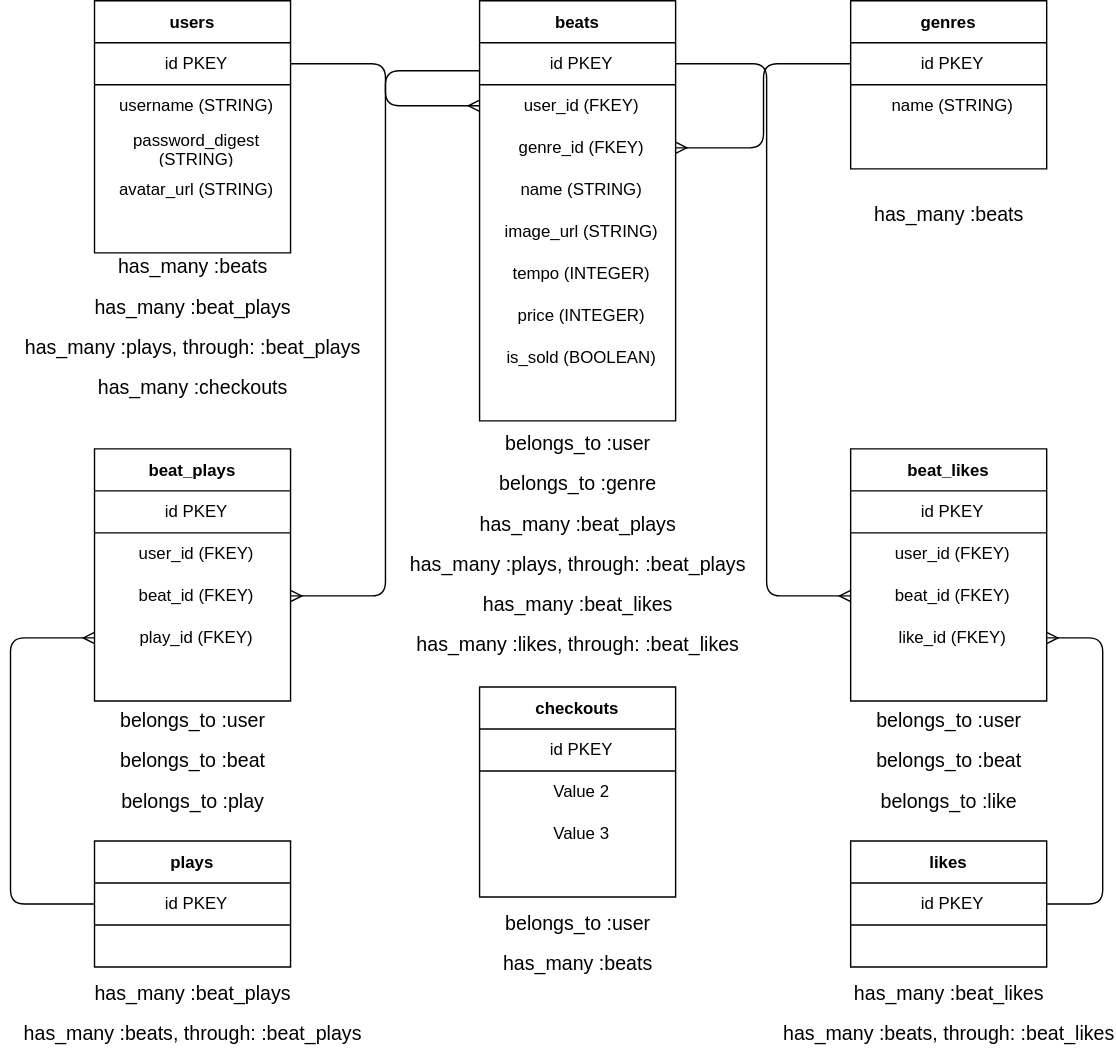
The draw.io diagram thewav.drawio.svg in Jblengino510/the-wav, before a commit. Source tidied: cells renumbered, new cells last; positions are measured from the earlier drawing's top-left corner, leaving out a move shared by most shapes.
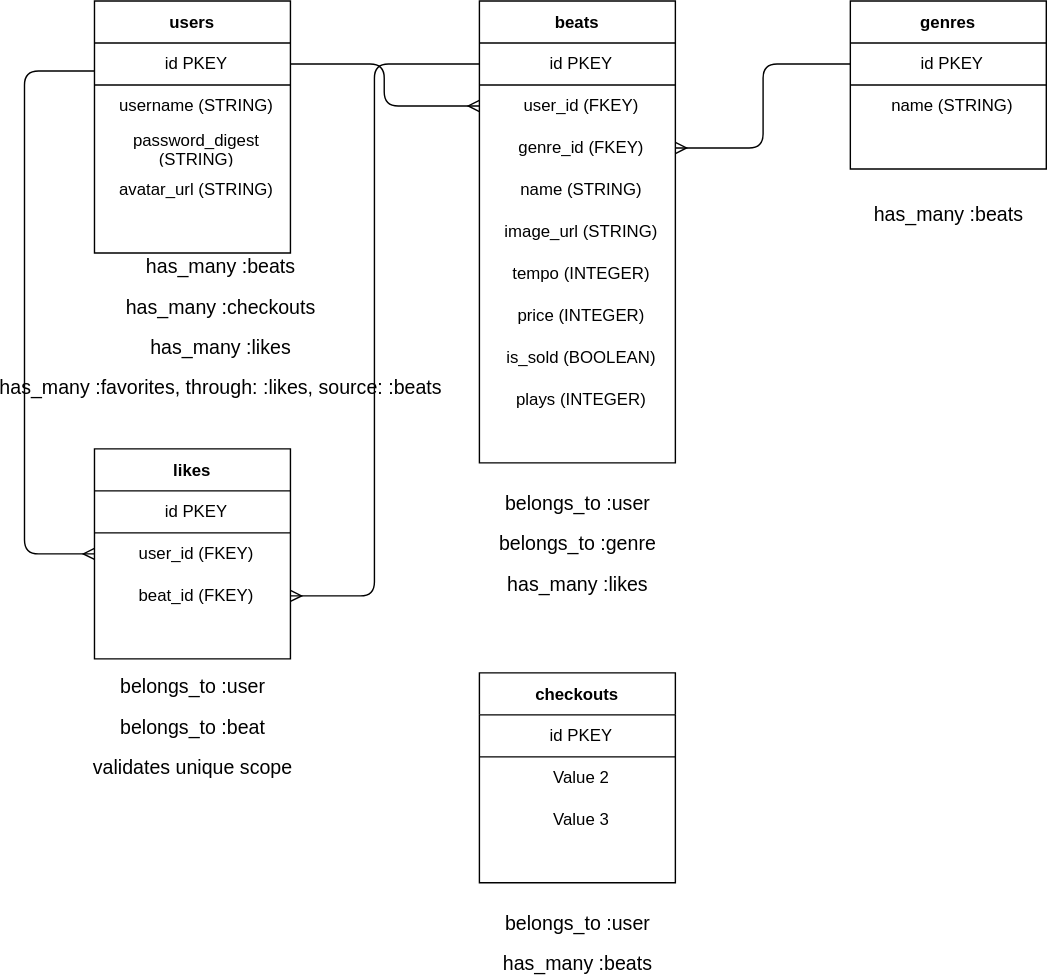
The same diagram one commit later.

What changed in the source:
```diff
@@ -30,7 +30,7 @@
       <mxGeometry width="140" height="30" as="geometry" />
     </mxCell>
     <mxCell id="11" value="beats" style="shape=table;startSize=30;rowLines=0;fontStyle=1;align=center;" parent="1" vertex="1">
-      <mxGeometry x="335" width="140" height="300" as="geometry" />
+      <mxGeometry x="335" width="140" height="330" as="geometry" />
     </mxCell>
     <mxCell id="12" style="shape=partialRectangle;html=1;whiteSpace=wrap;fillColor=none;top=0;left=0;bottom=1;right=0;points=[[0,0.5],[1,0.5]];portConstraint=eastwest;" parent="11" vertex="1">
       <mxGeometry y="30" width="140" height="30" as="geometry" />
@@ -80,10 +80,16 @@
     <mxCell id="27" value="is_sold (BOOLEAN)" style="shape=partialRectangle;html=1;whiteSpace=wrap;fillColor=none;top=0;left=0;bottom=0;right=0;align=center;spacingLeft=6;overflow=hidden;" parent="26" vertex="1">
       <mxGeometry width="140" height="30" as="geometry" />
     </mxCell>
+    <mxCell id="78" style="shape=partialRectangle;html=1;whiteSpace=wrap;fillColor=none;top=0;left=0;bottom=0;right=0;" parent="11" vertex="1">
+      <mxGeometry y="270" width="140" height="30" as="geometry" />
+    </mxCell>
+    <mxCell id="79" value="plays (INTEGER)" style="shape=partialRectangle;html=1;whiteSpace=wrap;fillColor=none;top=0;left=0;bottom=0;right=0;align=center;spacingLeft=6;overflow=hidden;" parent="78" vertex="1">
+      <mxGeometry width="140" height="30" as="geometry" />
+    </mxCell>
-    <mxCell id="28" value="&lt;font style=&quot;font-weight: normal ; font-size: 14px&quot;&gt;has_many :beats&lt;br&gt;has_many :beat_plays&lt;br&gt;has_many :plays, through: :beat_plays&lt;br&gt;has_many :checkouts&lt;br&gt;&lt;/font&gt;" style="text;strokeColor=none;fillColor=none;html=1;fontSize=24;fontStyle=1;verticalAlign=middle;align=center;" parent="1" vertex="1">
-      <mxGeometry x="60" y="210" width="140" height="40" as="geometry" />
+    <mxCell id="28" value="&lt;font style=&quot;font-weight: normal ; font-size: 14px&quot;&gt;has_many :beats&lt;br&gt;has_many :checkouts&lt;br&gt;has_many :likes&lt;br&gt;has_many :favorites, through: :likes, source: :beats&lt;br&gt;&lt;/font&gt;" style="text;strokeColor=none;fillColor=none;html=1;fontSize=24;fontStyle=1;verticalAlign=middle;align=center;" parent="1" vertex="1">
+      <mxGeometry x="80" y="210" width="140" height="40" as="geometry" />
     </mxCell>
-    <mxCell id="29" value="&lt;span style=&quot;font-weight: 400&quot;&gt;&lt;font style=&quot;font-size: 14px&quot;&gt;belongs_to :user&lt;br&gt;belongs_to :genre&lt;br&gt;has_many :beat_plays&lt;br&gt;has_many :plays, through: :beat_plays&lt;br&gt;has_many :beat_likes&lt;br&gt;has_many :likes, through: :beat_likes&lt;br&gt;&lt;/font&gt;&lt;/span&gt;" style="text;strokeColor=none;fillColor=none;html=1;fontSize=24;fontStyle=1;verticalAlign=middle;align=center;" parent="1" vertex="1">
+    <mxCell id="29" value="&lt;span style=&quot;font-weight: 400&quot;&gt;&lt;font style=&quot;font-size: 14px&quot;&gt;belongs_to :user&lt;br&gt;belongs_to :genre&lt;br&gt;has_many :likes&lt;br&gt;&lt;/font&gt;&lt;/span&gt;" style="text;strokeColor=none;fillColor=none;html=1;fontSize=24;fontStyle=1;verticalAlign=middle;align=center;" parent="1" vertex="1">
       <mxGeometry x="335" y="350" width="140" height="70" as="geometry" />
     </mxCell>
     <mxCell id="30" value="genres" style="shape=table;startSize=30;rowLines=0;fontStyle=1;align=center;" parent="1" vertex="1">
@@ -110,35 +116,8 @@
     <mxCell id="37" style="edgeStyle=elbowEdgeStyle;elbow=horizontal;endArrow=ERmany;html=1;exitX=0;exitY=0.5;exitDx=0;exitDy=0;entryX=1;entryY=0.5;entryDx=0;entryDy=0;endFill=0;" parent="1" edge="1" source="31" target="16">
       <mxGeometry relative="1" as="geometry" />
     </mxCell>
-    <mxCell id="38" value="beat_plays" style="shape=table;startSize=30;rowLines=0;fontStyle=1;align=center;" parent="1" vertex="1">
-      <mxGeometry x="60" y="320" width="140" height="180" as="geometry" />
-    </mxCell>
-    <mxCell id="39" style="shape=partialRectangle;html=1;whiteSpace=wrap;fillColor=none;top=0;left=0;bottom=1;right=0;" parent="38" vertex="1">
-      <mxGeometry y="30" width="140" height="30" as="geometry" />
-    </mxCell>
-    <mxCell id="40" value="id PKEY" style="shape=partialRectangle;html=1;whiteSpace=wrap;fillColor=none;top=0;left=0;bottom=0;right=0;align=center;spacingLeft=6;overflow=hidden;" parent="39" vertex="1">
-      <mxGeometry width="140" height="30" as="geometry" />
-    </mxCell>
-    <mxCell id="41" style="shape=partialRectangle;html=1;whiteSpace=wrap;fillColor=none;top=0;left=0;bottom=0;right=0;" parent="38" vertex="1">
-      <mxGeometry y="60" width="140" height="30" as="geometry" />
-    </mxCell>
-    <mxCell id="42" value="user_id (FKEY)" style="shape=partialRectangle;html=1;whiteSpace=wrap;fillColor=none;top=0;left=0;bottom=0;right=0;align=center;spacingLeft=6;overflow=hidden;" parent="41" vertex="1">
-      <mxGeometry width="140" height="30" as="geometry" />
-    </mxCell>
-    <mxCell id="43" style="shape=partialRectangle;html=1;whiteSpace=wrap;fillColor=none;top=0;left=0;bottom=0;right=0;points=[[0,0.5],[1,0.5]];portConstraint=eastwest;" parent="38" vertex="1">
-      <mxGeometry y="90" width="140" height="30" as="geometry" />
-    </mxCell>
-    <mxCell id="44" value="beat_id (FKEY)" style="shape=partialRectangle;html=1;whiteSpace=wrap;fillColor=none;top=0;left=0;bottom=0;right=0;align=center;spacingLeft=6;overflow=hidden;" parent="43" vertex="1">
-      <mxGeometry width="140" height="30" as="geometry" />
-    </mxCell>
-    <mxCell id="45" style="shape=partialRectangle;html=1;whiteSpace=wrap;fillColor=none;top=0;left=0;bottom=0;right=0;points=[[0,0.5],[1,0.5]];portConstraint=eastwest;" parent="38" vertex="1">
-      <mxGeometry y="120" width="140" height="30" as="geometry" />
-    </mxCell>
-    <mxCell id="46" value="play_id (FKEY)" style="shape=partialRectangle;html=1;whiteSpace=wrap;fillColor=none;top=0;left=0;bottom=0;right=0;align=center;spacingLeft=6;overflow=hidden;" parent="45" vertex="1">
-      <mxGeometry width="140" height="30" as="geometry" />
-    </mxCell>
-    <mxCell id="47" value="beat_likes" style="shape=table;startSize=30;rowLines=0;fontStyle=1;align=center;" parent="1" vertex="1">
-      <mxGeometry x="600" y="320" width="140" height="180" as="geometry" />
+    <mxCell id="47" value="likes" style="shape=table;startSize=30;rowLines=0;fontStyle=1;align=center;" parent="1" vertex="1">
+      <mxGeometry x="60" y="320" width="140" height="150" as="geometry" />
     </mxCell>
     <mxCell id="48" style="shape=partialRectangle;html=1;whiteSpace=wrap;fillColor=none;top=0;left=0;bottom=1;right=0;" parent="47" vertex="1">
       <mxGeometry y="30" width="140" height="30" as="geometry" />
@@ -152,38 +131,14 @@
     <mxCell id="51" value="user_id (FKEY)" style="shape=partialRectangle;html=1;whiteSpace=wrap;fillColor=none;top=0;left=0;bottom=0;right=0;align=center;spacingLeft=6;overflow=hidden;" parent="50" vertex="1">
       <mxGeometry width="140" height="30" as="geometry" />
     </mxCell>
-    <mxCell id="52" style="shape=partialRectangle;html=1;whiteSpace=wrap;fillColor=none;top=0;left=0;bottom=0;right=0;points=[[0,0.5],[1,0.5]];portConstraint=eastwest;" parent="47" vertex="1">
-      <mxGeometry y="90" width="140" height="30" as="geometry" />
-    </mxCell>
-    <mxCell id="53" value="beat_id (FKEY)" style="shape=partialRectangle;html=1;whiteSpace=wrap;fillColor=none;top=0;left=0;bottom=0;right=0;align=center;spacingLeft=6;overflow=hidden;" parent="52" vertex="1">
-      <mxGeometry width="140" height="30" as="geometry" />
-    </mxCell>
     <mxCell id="54" style="shape=partialRectangle;html=1;whiteSpace=wrap;fillColor=none;top=0;left=0;bottom=0;right=0;points=[[0,0.5],[1,0.5]];portConstraint=eastwest;" parent="47" vertex="1">
-      <mxGeometry y="120" width="140" height="30" as="geometry" />
+      <mxGeometry y="90" width="140" height="30" as="geometry" />
     </mxCell>
-    <mxCell id="55" value="like_id (FKEY)" style="shape=partialRectangle;html=1;whiteSpace=wrap;fillColor=none;top=0;left=0;bottom=0;right=0;align=center;spacingLeft=6;overflow=hidden;" parent="54" vertex="1">
+    <mxCell id="55" value="beat_id (FKEY)" style="shape=partialRectangle;html=1;whiteSpace=wrap;fillColor=none;top=0;left=0;bottom=0;right=0;align=center;spacingLeft=6;overflow=hidden;" parent="54" vertex="1">
       <mxGeometry width="140" height="30" as="geometry" />
     </mxCell>
-    <mxCell id="56" value="plays" style="shape=table;startSize=30;rowLines=0;fontStyle=1;align=center;" parent="1" vertex="1">
-      <mxGeometry x="60" y="600" width="140" height="90" as="geometry" />
-    </mxCell>
-    <mxCell id="57" style="shape=partialRectangle;html=1;whiteSpace=wrap;fillColor=none;top=0;left=0;bottom=1;right=0;points=[[0,0.5],[1,0.5]];portConstraint=eastwest;" parent="56" vertex="1">
-      <mxGeometry y="30" width="140" height="30" as="geometry" />
-    </mxCell>
-    <mxCell id="58" value="id PKEY" style="shape=partialRectangle;html=1;whiteSpace=wrap;fillColor=none;top=0;left=0;bottom=0;right=0;align=center;spacingLeft=6;overflow=hidden;" parent="57" vertex="1">
-      <mxGeometry width="140" height="30" as="geometry" />
-    </mxCell>
-    <mxCell id="59" value="likes" style="shape=table;startSize=30;rowLines=0;fontStyle=1;align=center;" parent="1" vertex="1">
-      <mxGeometry x="600" y="600" width="140" height="90" as="geometry" />
-    </mxCell>
-    <mxCell id="60" style="shape=partialRectangle;html=1;whiteSpace=wrap;fillColor=none;top=0;left=0;bottom=1;right=0;points=[[0,0.5],[1,0.5]];portConstraint=eastwest;" parent="59" vertex="1">
-      <mxGeometry y="30" width="140" height="30" as="geometry" />
-    </mxCell>
-    <mxCell id="61" value="id PKEY" style="shape=partialRectangle;html=1;whiteSpace=wrap;fillColor=none;top=0;left=0;bottom=0;right=0;align=center;spacingLeft=6;overflow=hidden;" parent="60" vertex="1">
-      <mxGeometry width="140" height="30" as="geometry" />
-    </mxCell>
     <mxCell id="62" value="checkouts" style="shape=table;startSize=30;rowLines=0;fontStyle=1;align=center;" parent="1" vertex="1">
-      <mxGeometry x="335" y="490" width="140" height="150" as="geometry" />
+      <mxGeometry x="335" y="480" width="140" height="150" as="geometry" />
     </mxCell>
     <mxCell id="63" style="shape=partialRectangle;html=1;whiteSpace=wrap;fillColor=none;top=0;left=0;bottom=1;right=0;" parent="62" vertex="1">
       <mxGeometry y="30" width="140" height="30" as="geometry" />
@@ -203,49 +158,32 @@
     <mxCell id="68" value="Value 3" style="shape=partialRectangle;html=1;whiteSpace=wrap;fillColor=none;top=0;left=0;bottom=0;right=0;align=center;spacingLeft=6;overflow=hidden;" parent="67" vertex="1">
       <mxGeometry width="140" height="30" as="geometry" />
     </mxCell>
-    <mxCell id="69" value="&lt;font style=&quot;font-weight: normal ; font-size: 14px&quot;&gt;belongs_to :user&lt;br&gt;belongs_to :beat&lt;br&gt;belongs_to :play&lt;br&gt;&lt;/font&gt;" style="text;strokeColor=none;fillColor=none;html=1;fontSize=24;fontStyle=1;verticalAlign=middle;align=center;" parent="1" vertex="1">
-      <mxGeometry x="60" y="520" width="140" height="40" as="geometry" />
-    </mxCell>
-    <mxCell id="70" value="&lt;font style=&quot;font-weight: normal ; font-size: 14px&quot;&gt;has_many :beat_plays&lt;br&gt;has_many :beats, through: :beat_plays&lt;br&gt;&lt;/font&gt;" style="text;strokeColor=none;fillColor=none;html=1;fontSize=24;fontStyle=1;verticalAlign=middle;align=center;" parent="1" vertex="1">
-      <mxGeometry x="60" y="700" width="140" height="40" as="geometry" />
-    </mxCell>
-    <mxCell id="71" value="&lt;font style=&quot;font-weight: normal ; font-size: 14px&quot;&gt;belongs_to :user&lt;br&gt;belongs_to :beat&lt;br&gt;belongs_to :like&lt;br&gt;&lt;/font&gt;" style="text;strokeColor=none;fillColor=none;html=1;fontSize=24;fontStyle=1;verticalAlign=middle;align=center;" parent="1" vertex="1">
-      <mxGeometry x="600" y="520" width="140" height="40" as="geometry" />
+    <mxCell id="71" value="&lt;font style=&quot;font-weight: normal ; font-size: 14px&quot;&gt;belongs_to :user&lt;br&gt;belongs_to :beat&lt;br&gt;validates unique scope&lt;br&gt;&lt;br&gt;&lt;/font&gt;" style="text;strokeColor=none;fillColor=none;html=1;fontSize=24;fontStyle=1;verticalAlign=middle;align=center;" parent="1" vertex="1">
+      <mxGeometry x="60" y="510" width="140" height="40" as="geometry" />
     </mxCell>
-    <mxCell id="72" value="&lt;font style=&quot;font-weight: normal ; font-size: 14px&quot;&gt;has_many :beat_likes&lt;br&gt;has_many :beats, through: :beat_likes&lt;br&gt;&lt;/font&gt;" style="text;strokeColor=none;fillColor=none;html=1;fontSize=24;fontStyle=1;verticalAlign=middle;align=center;" parent="1" vertex="1">
-      <mxGeometry x="600" y="700" width="140" height="40" as="geometry" />
-    </mxCell>
     <mxCell id="73" value="&lt;font style=&quot;font-weight: normal ; font-size: 14px&quot;&gt;belongs_to :user&lt;br&gt;has_many :beats&lt;br&gt;&lt;/font&gt;" style="text;strokeColor=none;fillColor=none;html=1;fontSize=24;fontStyle=1;verticalAlign=middle;align=center;" parent="1" vertex="1">
       <mxGeometry x="335" y="650" width="140" height="40" as="geometry" />
     </mxCell>
-    <mxCell id="74" style="edgeStyle=elbowEdgeStyle;elbow=horizontal;endArrow=ERmany;html=1;entryX=1;entryY=0.5;entryDx=0;entryDy=0;endFill=0;" parent="1" edge="1" target="43">
-      <mxGeometry relative="1" as="geometry">
-        <mxPoint x="335" y="50" as="sourcePoint" />
-      </mxGeometry>
-    </mxCell>
-    <mxCell id="75" style="edgeStyle=elbowEdgeStyle;elbow=horizontal;endArrow=ERmany;html=1;endFill=0;exitX=0;exitY=0.5;exitDx=0;exitDy=0;entryX=0;entryY=0.5;entryDx=0;entryDy=0;" parent="1" edge="1" source="57" target="45">
-      <mxGeometry relative="1" as="geometry">
-        <Array as="points">
-          <mxPoint y="560" />
-          <mxPoint x="260" y="560" />
-        </Array>
-      </mxGeometry>
-    </mxCell>
-    <mxCell id="76" style="edgeStyle=elbowEdgeStyle;elbow=horizontal;endArrow=ERmany;html=1;endFill=0;exitX=1;exitY=0.5;exitDx=0;exitDy=0;entryX=1;entryY=0.5;entryDx=0;entryDy=0;" parent="1" edge="1" source="60" target="54">
-      <mxGeometry relative="1" as="geometry">
-        <Array as="points">
-          <mxPoint x="780" y="560" />
-          <mxPoint x="1030" y="550" />
-        </Array>
-      </mxGeometry>
-    </mxCell>
-    <mxCell id="77" style="edgeStyle=elbowEdgeStyle;elbow=horizontal;endArrow=ERmany;html=1;endFill=0;exitX=1;exitY=0.5;exitDx=0;exitDy=0;entryX=0;entryY=0.5;entryDx=0;entryDy=0;" parent="1" edge="1" source="12" target="52">
+    <mxCell id="77" style="edgeStyle=elbowEdgeStyle;elbow=horizontal;endArrow=ERmany;html=1;endFill=0;exitX=0;exitY=0.5;exitDx=0;exitDy=0;entryX=1;entryY=0.5;entryDx=0;entryDy=0;" parent="1" edge="1" source="12" target="54">
       <mxGeometry relative="1" as="geometry">
         <Array as="points">
+          <mxPoint x="260" y="200" />
+          <mxPoint x="530" y="270" />
           <mxPoint x="540" y="240" />
           <mxPoint x="570" y="230" />
         </Array>
       </mxGeometry>
     </mxCell>
+    <mxCell id="80" style="edgeStyle=elbowEdgeStyle;elbow=horizontal;endArrow=ERmany;html=1;endFill=0;exitX=0;exitY=0.5;exitDx=0;exitDy=0;entryX=0;entryY=0.5;entryDx=0;entryDy=0;" parent="1" edge="1" target="50">
+      <mxGeometry relative="1" as="geometry">
+        <mxPoint x="60" y="50" as="sourcePoint" />
+        <Array as="points">
+          <mxPoint x="10" y="240" />
+          <mxPoint x="255" y="275" />
+          <mxPoint x="265" y="245" />
+          <mxPoint x="295" y="235" />
+        </Array>
+      </mxGeometry>
+    </mxCell>
   </root>
 </mxGraphModel>
```
